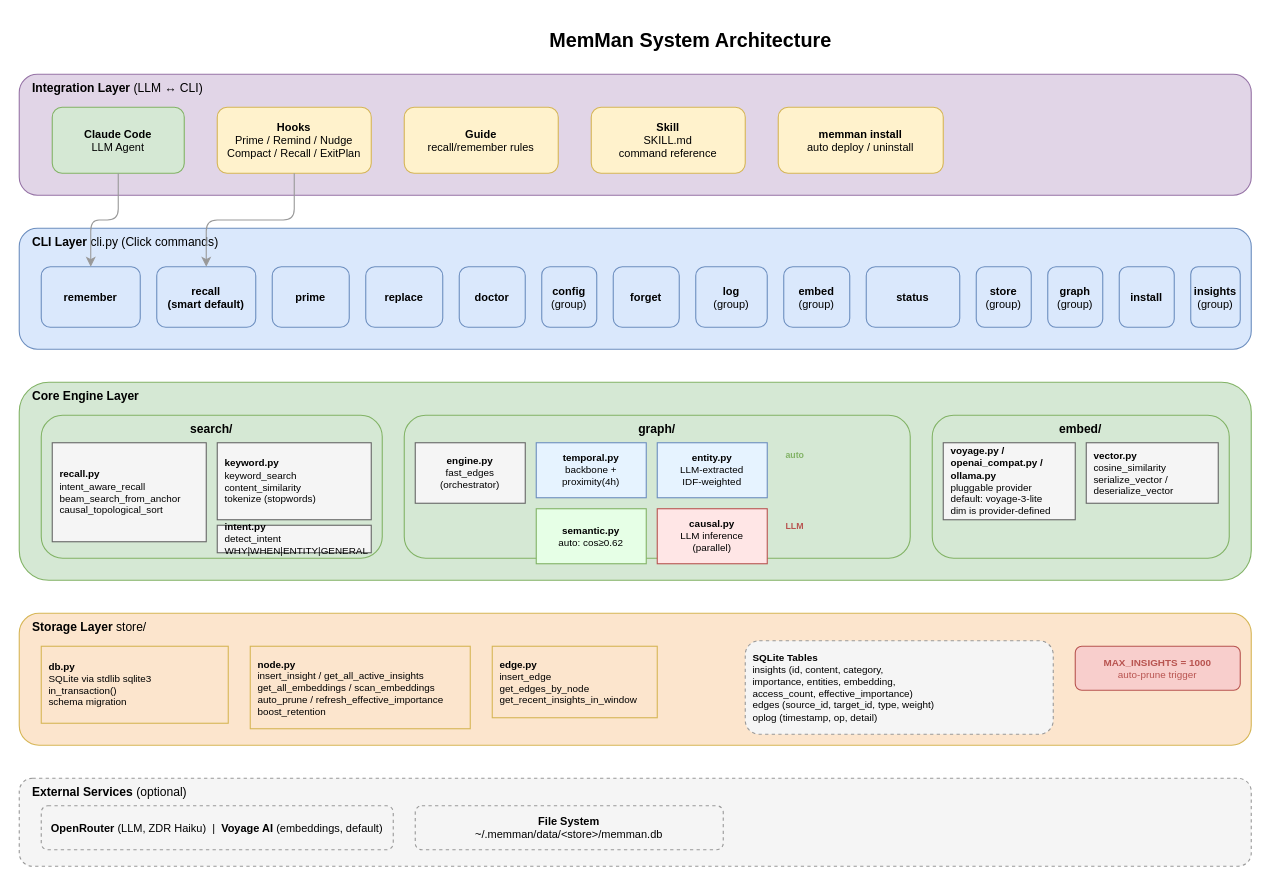
Above: docs/diagrams/01-system-architecture.drawio in bissli/memman (draw.io), before the change. Source tidied: cells renumbered, new cells numbered last; positions are measured from the earlier drawing's top-left corner, leaving out a move shared by most shapes. Both pictures are drawn from the tidied source at 110%, with x=0, y=0 at pixel (19, 19).
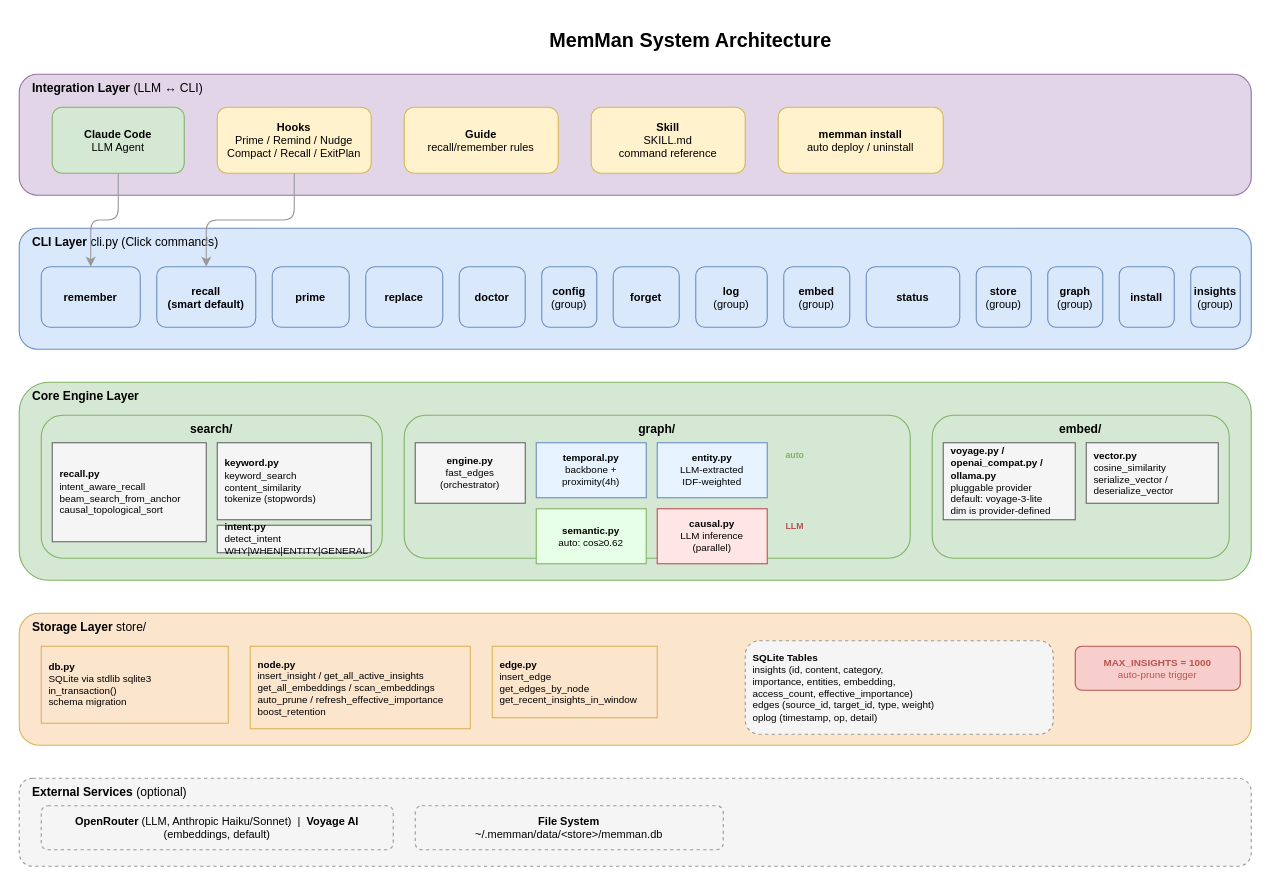
The same diagram, later.

What changed in the source:
```diff
@@
-    <mxCell id="47" value="&lt;b&gt;OpenRouter&lt;/b&gt; (LLM, ZDR Haiku) &amp;nbsp;|&amp;nbsp; &lt;b&gt;Voyage AI&lt;/b&gt; (embeddings, default)" style="rounded=1;whiteSpace=wrap;html=1;fillColor=#f5f5f5;strokeColor=#999999;fontSize=10;dashed=1;" parent="1" vertex="1">
+    <mxCell id="47" value="&lt;b&gt;OpenRouter&lt;/b&gt; (LLM, Anthropic Haiku/Sonnet) &amp;nbsp;|&amp;nbsp; &lt;b&gt;Voyage AI&lt;/b&gt; (embeddings, default)" style="rounded=1;whiteSpace=wrap;html=1;fillColor=#f5f5f5;strokeColor=#999999;fontSize=10;dashed=1;" parent="1" vertex="1">
       <mxGeometry x="20" y="715" width="320" height="40" as="geometry" />
     </mxCell>
```
